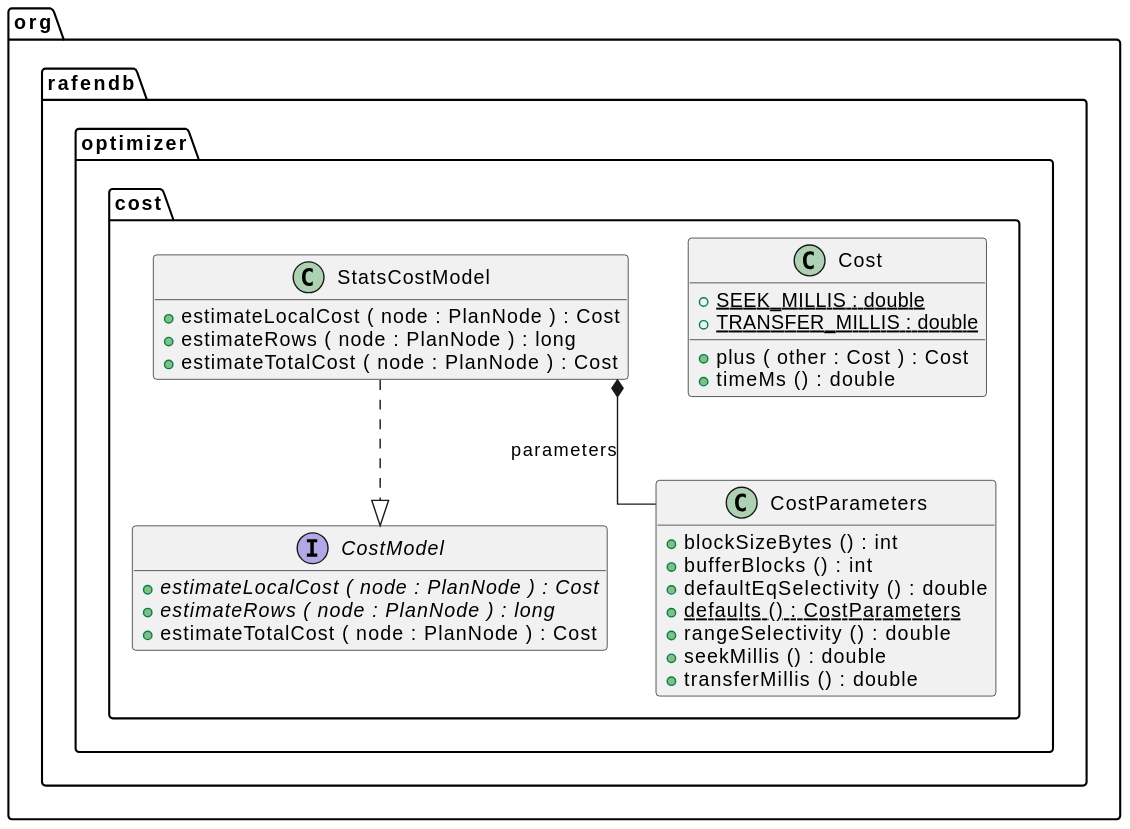
m-akma1/rafendb keeps this PlantUML diagram as docs/generated/optimizer/optimizer-cost.svg. Above is the earlier version. Its source is kept beside it as docs/generated/optimizer/optimizer-cost.puml. Its diagram source:
```plantuml
@startuml

set namespaceSeparator .
hide empty members
skinparam linetype ortho


class org.rafendb.optimizer.cost.Cost {
	{field} {static} +SEEK_MILLIS : double
	{field} {static} +TRANSFER_MILLIS : double
	{method} +plus ( other : Cost ) : Cost
	{method} +timeMs () : double
}


interface org.rafendb.optimizer.cost.CostModel {
	{method}  {abstract} +estimateLocalCost ( node : PlanNode ) : Cost
	{method}  {abstract} +estimateRows ( node : PlanNode ) : long
	{method} +estimateTotalCost ( node : PlanNode ) : Cost
}


class org.rafendb.optimizer.cost.CostParameters {
	{method} +blockSizeBytes () : int
	{method} +bufferBlocks () : int
	{method} +defaultEqSelectivity () : double
	{method}  {static} +defaults () : CostParameters
	{method} +rangeSelectivity () : double
	{method} +seekMillis () : double
	{method} +transferMillis () : double
}


class org.rafendb.optimizer.cost.StatsCostModel {
	{method} +estimateLocalCost ( node : PlanNode ) : Cost
	{method} +estimateRows ( node : PlanNode ) : long
	{method} +estimateTotalCost ( node : PlanNode ) : Cost
}




org.rafendb.optimizer.cost.StatsCostModel *--  org.rafendb.optimizer.cost.CostParameters : parameters
org.rafendb.optimizer.cost.StatsCostModel ..|>  org.rafendb.optimizer.cost.CostModel


@enduml
```
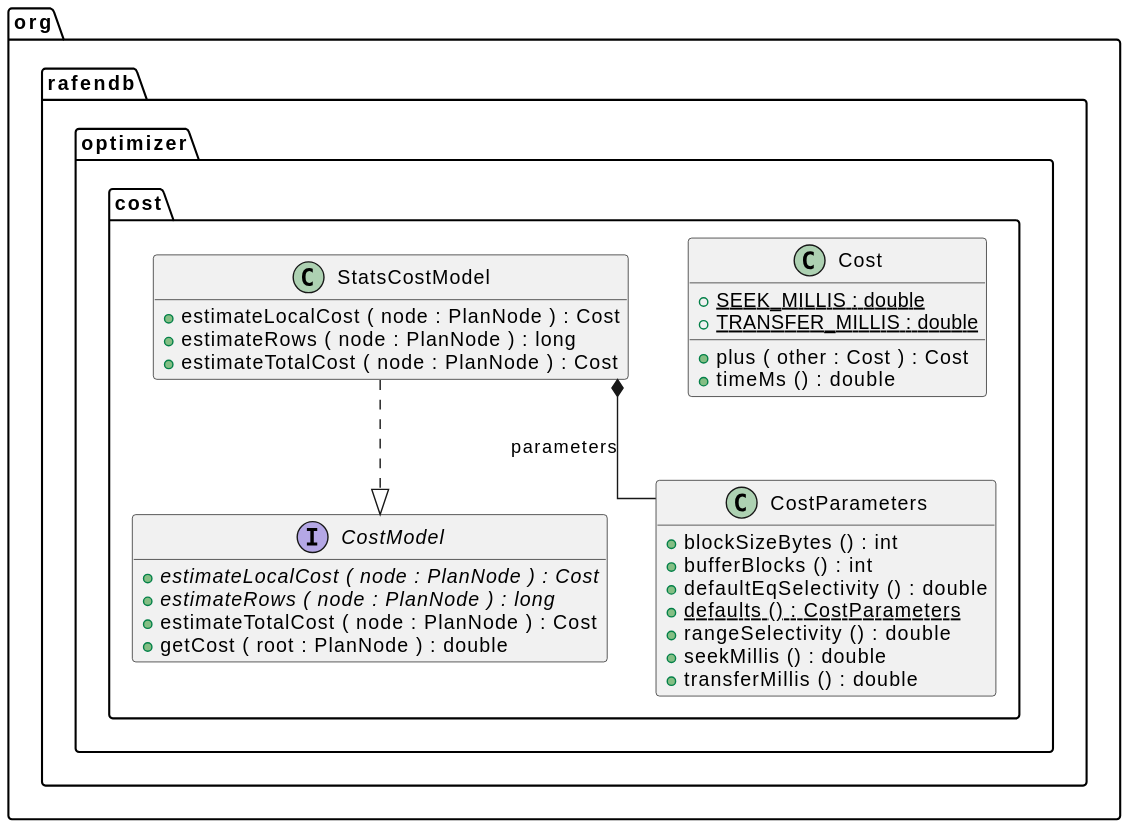
Above is the later version.

Change to the diagram source:
```diff
@@ -17,6 +17,7 @@
 	{method}  {abstract} +estimateLocalCost ( node : PlanNode ) : Cost
 	{method}  {abstract} +estimateRows ( node : PlanNode ) : long
 	{method} +estimateTotalCost ( node : PlanNode ) : Cost
+	{method} +getCost ( root : PlanNode ) : double
 }
 
 
```
